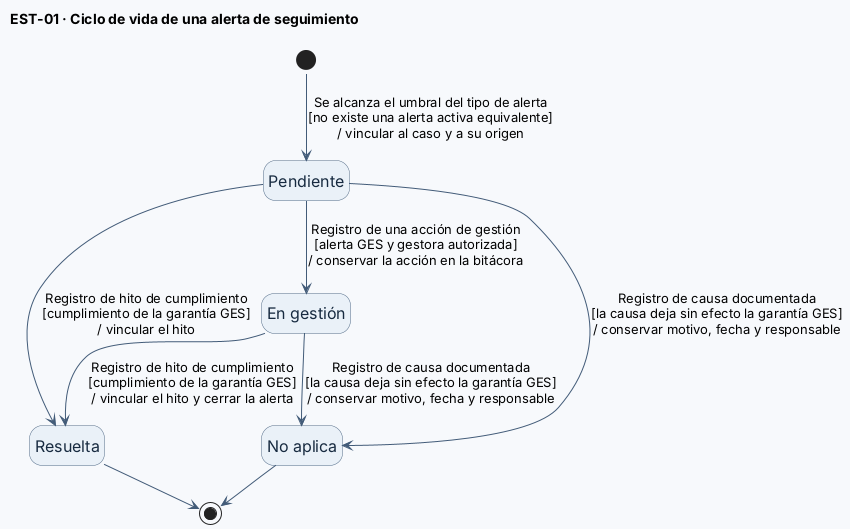
Above: diagramas/EST-01-AlertaSeguimiento.png in br1fz/OncoTrace (PlantUML), before the change.
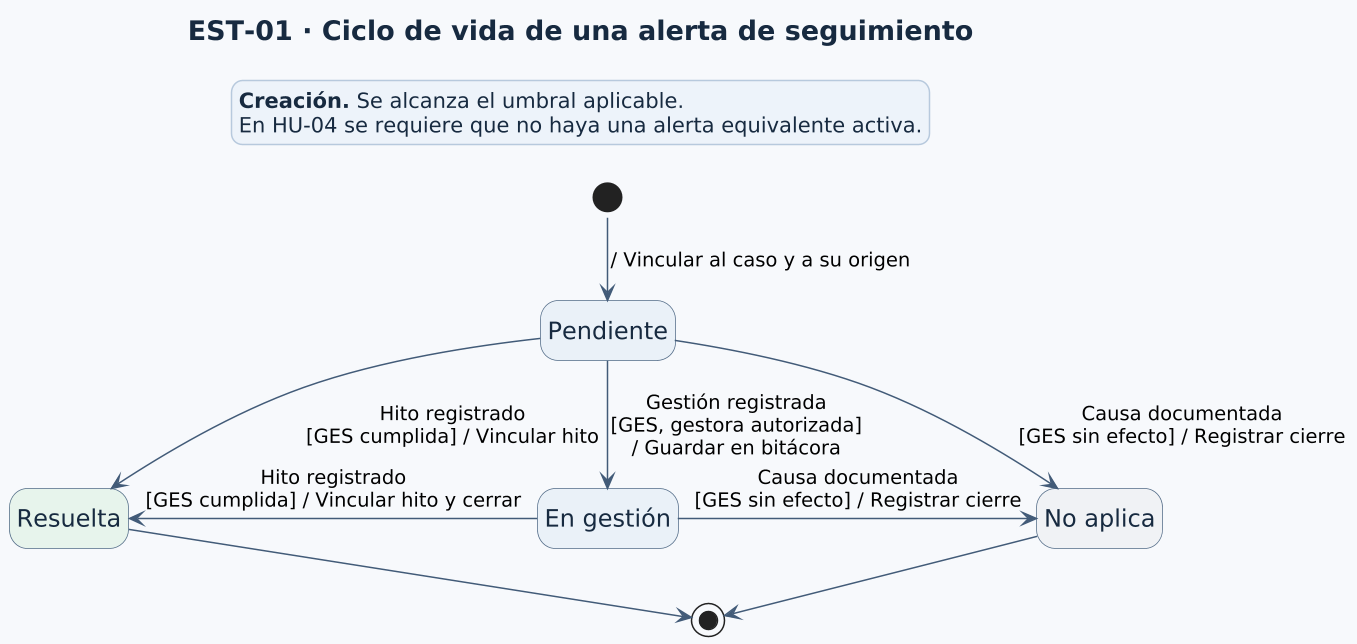
Later version of the same file.

Commit message:
ordenar los diagramas EST-01 y EST-02

Diff of the diagram source:
```diff
@@ -1,12 +1,17 @@
 @startuml EST-01-AlertaSeguimiento
 !pragma layout smetana
-top to bottom direction
 hide empty description
 skinparam shadowing false
+skinparam dpi 144
 skinparam backgroundColor #F7F9FC
 skinparam defaultFontName SansSerif
+skinparam titleFontSize 18
+skinparam titleFontColor #172A40
 skinparam stateFontSize 16
 skinparam stateArrowFontSize 13
+skinparam legendBackgroundColor #EDF3FA
+skinparam legendBorderColor #B7C9DD
+skinparam legendFontColor #172A40
 skinparam state {
   BackgroundColor #EAF1F8
   BorderColor #526B87
@@ -15,19 +20,25 @@
   StartColor #526B87
   EndColor #526B87
 }
+
 title EST-01 · Ciclo de vida de una alerta de seguimiento
 
-[*] --> Pendiente : Se alcanza el umbral del tipo de alerta\n[no existe una alerta activa equivalente]\n/ vincular al caso y a su origen
-state "Pendiente" as Pendiente
-state "En gestión" as EnGestion
-state "Resuelta" as Resuelta
-state "No aplica" as NoAplica
+state "Pendiente" as P
+state "En gestión" as G
+state "Resuelta" as R #E7F4EC
+state "No aplica" as N #F0F2F5
 
-Pendiente --> EnGestion : Registro de una acción de gestión\n[alerta GES y gestora autorizada]\n/ conservar la acción en la bitácora
-Pendiente --> Resuelta : Registro de hito de cumplimiento\n[cumplimiento de la garantía GES]\n/ vincular el hito
-EnGestion --> Resuelta : Registro de hito de cumplimiento\n[cumplimiento de la garantía GES]\n/ vincular el hito y cerrar la alerta
-Pendiente --> NoAplica : Registro de causa documentada\n[la causa deja sin efecto la garantía GES]\n/ conservar motivo, fecha y responsable
-EnGestion --> NoAplica : Registro de causa documentada\n[la causa deja sin efecto la garantía GES]\n/ conservar motivo, fecha y responsable
-Resuelta --> [*]
-NoAplica --> [*]
+[*] -down-> P : / Vincular al caso y a su origen
+P -down-> G : Gestión registrada\n[GES, gestora autorizada]\n/ Guardar en bitácora
+P -down-> R : Hito registrado\n[GES cumplida] / Vincular hito
+P -down-> N : Causa documentada\n[GES sin efecto] / Registrar cierre
+G -left-> R : Hito registrado\n[GES cumplida] / Vincular hito y cerrar
+G -right-> N : Causa documentada\n[GES sin efecto] / Registrar cierre
+R -down-> [*]
+N -down-> [*]
+
+legend top
+  **Creación.** Se alcanza el umbral aplicable.
+  En HU-04 se requiere que no haya una alerta equivalente activa.
+endlegend
 @enduml
```
